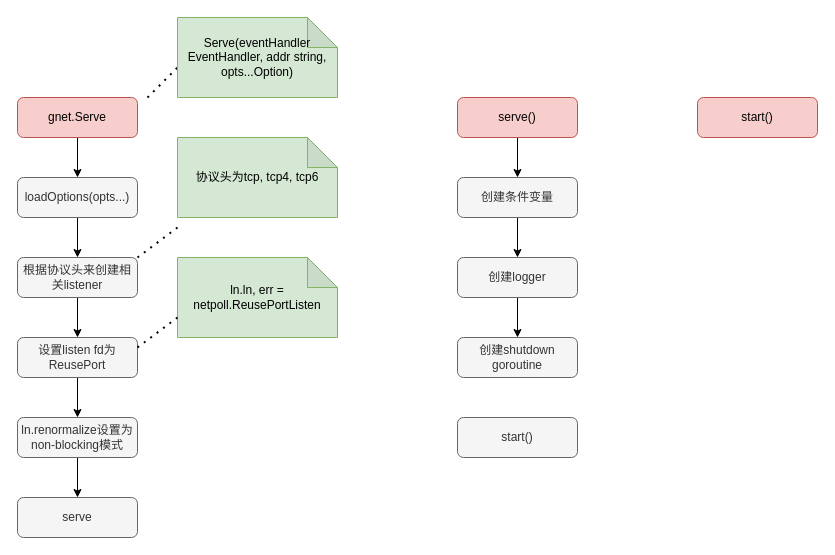
Before: gnet.drawio in BruceChen7/gnet, a draw.io diagram. Source tidied: cells renumbered, new cells numbered last; positions are measured from the earlier drawing's top-left corner, leaving out a move shared by most shapes. Both pictures are drawn from the tidied source at 100%, with x=0, y=0 at pixel (17, 17).
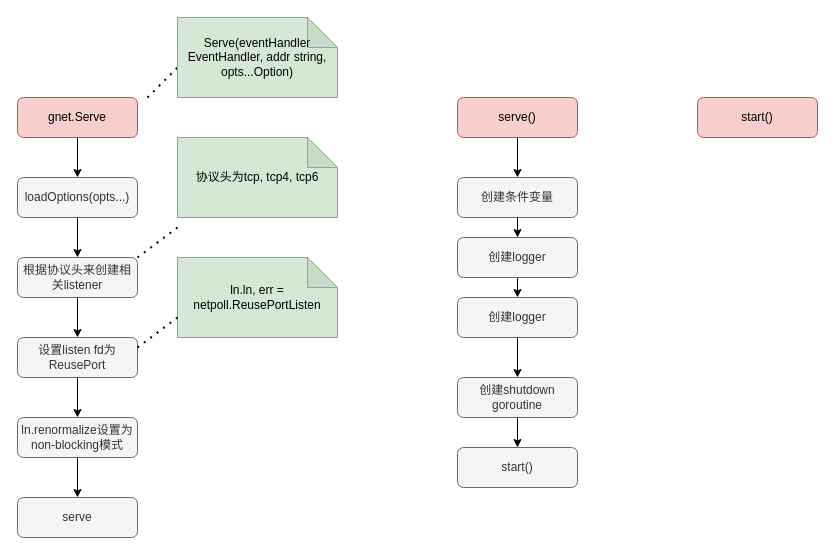
The same diagram, later.

Unchanged cells that the change refers to:
```xml
<mxCell id="22" value="创建条件变量" style="rounded=1;whiteSpace=wrap;html=1;fillColor=#f5f5f5;strokeColor=#666666;fontColor=#333333;" parent="1" vertex="1">
  <mxGeometry x="440" y="160" width="120" height="40" as="geometry" />
</mxCell>
```

Change to the diagram source:
```diff
@@
-    <mxCell id="21" style="edgeStyle=orthogonalEdgeStyle;rounded=0;jettySize=auto;html=1;exitX=0.5;exitY=1;exitDx=0;exitDy=0;entryX=0.5;entryY=0;entryDx=0;entryDy=0;" parent="1" edge="1" source="22" target="24">
+    <mxCell id="21" style="edgeStyle=orthogonalEdgeStyle;rounded=0;jettySize=auto;html=1;exitX=0.5;exitY=1;exitDx=0;exitDy=0;entryX=0.5;entryY=0;entryDx=0;entryDy=0;" parent="1" edge="1" source="29" target="24">
       <mxGeometry relative="1" as="geometry" />
     </mxCell>
@@
     <mxCell id="24" value="创建logger" style="rounded=1;whiteSpace=wrap;html=1;fillColor=#f5f5f5;strokeColor=#666666;fontColor=#333333;" parent="1" vertex="1">
-      <mxGeometry x="440" y="240" width="120" height="40" as="geometry" />
+      <mxGeometry x="440" y="280" width="120" height="40" as="geometry" />
     </mxCell>
+    <mxCell id="28" style="edgeStyle=orthogonalEdgeStyle;rounded=0;jettySize=auto;html=1;exitX=0.5;exitY=1;exitDx=0;exitDy=0;entryX=0.5;entryY=0;entryDx=0;entryDy=0;" parent="1" edge="1" source="25" target="26">
+      <mxGeometry relative="1" as="geometry" />
+    </mxCell>
     <mxCell id="25" value="创建shutdown goroutine" style="rounded=1;whiteSpace=wrap;html=1;fillColor=#f5f5f5;strokeColor=#666666;fontColor=#333333;" parent="1" vertex="1">
-      <mxGeometry x="440" y="320" width="120" height="40" as="geometry" />
+      <mxGeometry x="440" y="360" width="120" height="40" as="geometry" />
     </mxCell>
     <mxCell id="26" value="start()" style="rounded=1;whiteSpace=wrap;html=1;fillColor=#f5f5f5;strokeColor=#666666;fontColor=#333333;" parent="1" vertex="1">
-      <mxGeometry x="440" y="400" width="120" height="40" as="geometry" />
+      <mxGeometry x="440" y="430" width="120" height="40" as="geometry" />
     </mxCell>
@@
+    <mxCell id="29" value="创建logger" style="rounded=1;whiteSpace=wrap;html=1;fillColor=#f5f5f5;strokeColor=#666666;fontColor=#333333;" parent="1" vertex="1">
+      <mxGeometry x="440" y="220" width="120" height="40" as="geometry" />
+    </mxCell>
+    <mxCell id="30" style="edgeStyle=orthogonalEdgeStyle;rounded=0;jettySize=auto;html=1;exitX=0.5;exitY=1;exitDx=0;exitDy=0;entryX=0.5;entryY=0;entryDx=0;entryDy=0;" parent="1" edge="1" source="22" target="29">
+      <mxGeometry relative="1" as="geometry" />
+    </mxCell>
```
